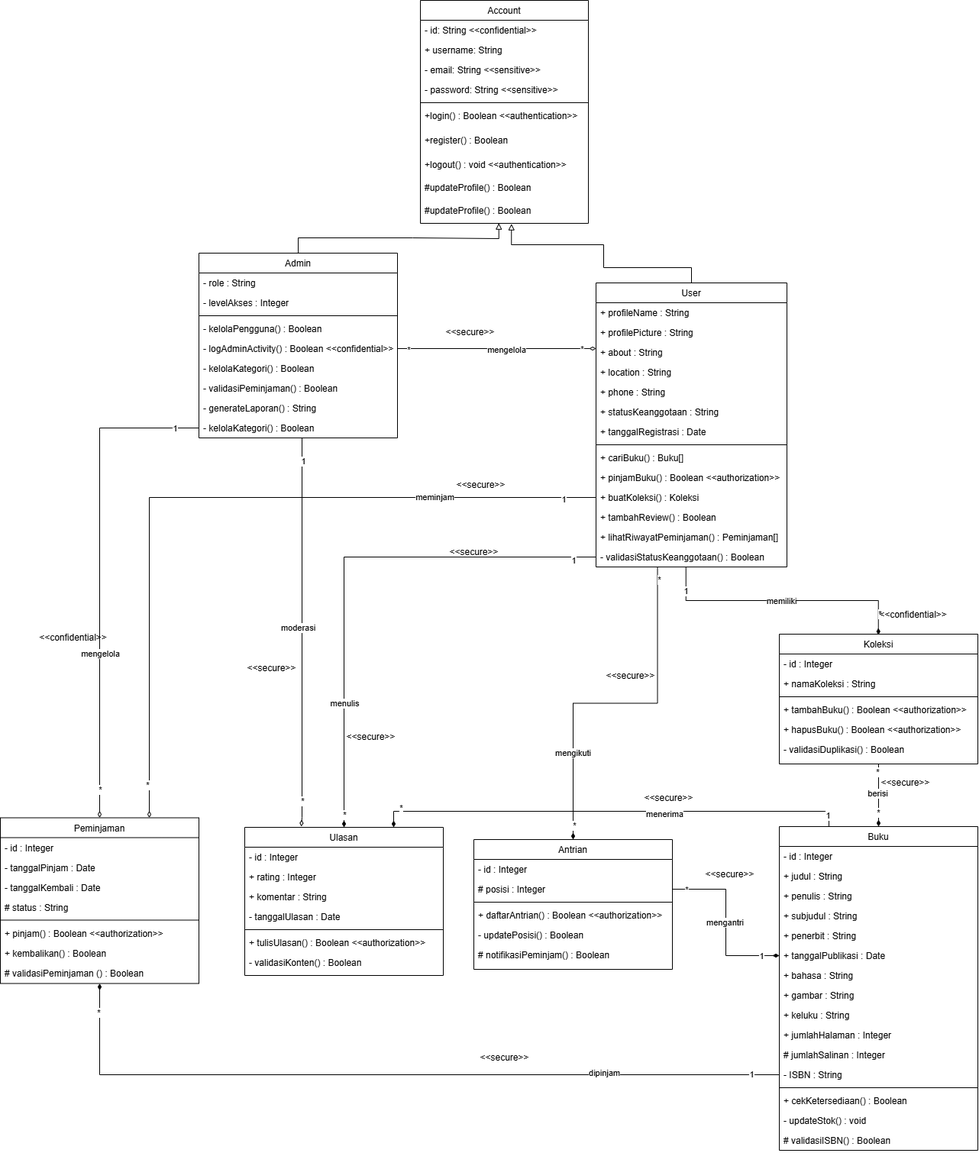
Before: init pkpl.drawio.png, a diagram exported from draw.io (anthef/anthef). Source tidied: cells renumbered, new cells last; positions are measured from the earlier drawing's top-left corner, leaving out a move shared by most shapes.
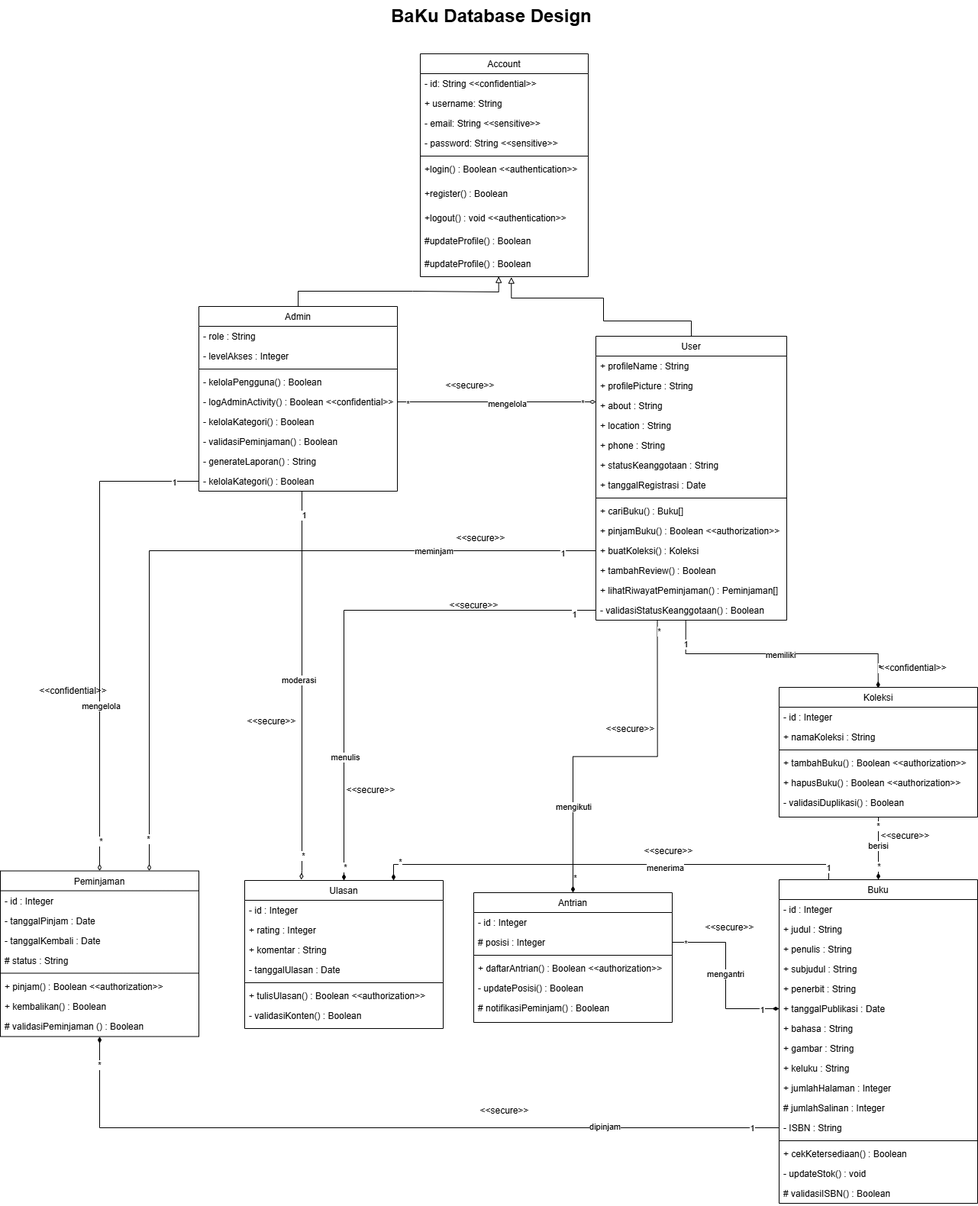
Above is the later version.

Commit message:
tambah judul

What changed in the source:
```diff
@@ -463,5 +463,8 @@
     <mxCell id="143" value="&amp;lt;&amp;lt;secure&amp;gt;&amp;gt;" style="text;html=1;align=center;verticalAlign=middle;strokeColor=none;fillColor=none;" parent="1" vertex="1">
       <mxGeometry x="615" y="1370" width="90" height="30" as="geometry" />
     </mxCell>
+    <mxCell id="144" value="&lt;h1 style=&quot;margin-top: 0px;&quot;&gt;BaKu Database Design&lt;/h1&gt;" style="text;html=1;whiteSpace=wrap;overflow=hidden;rounded=0;" parent="1" vertex="1">
+      <mxGeometry x="510" y="-70" width="440" height="120" as="geometry" />
+    </mxCell>
   </root>
 </mxGraphModel>
```
